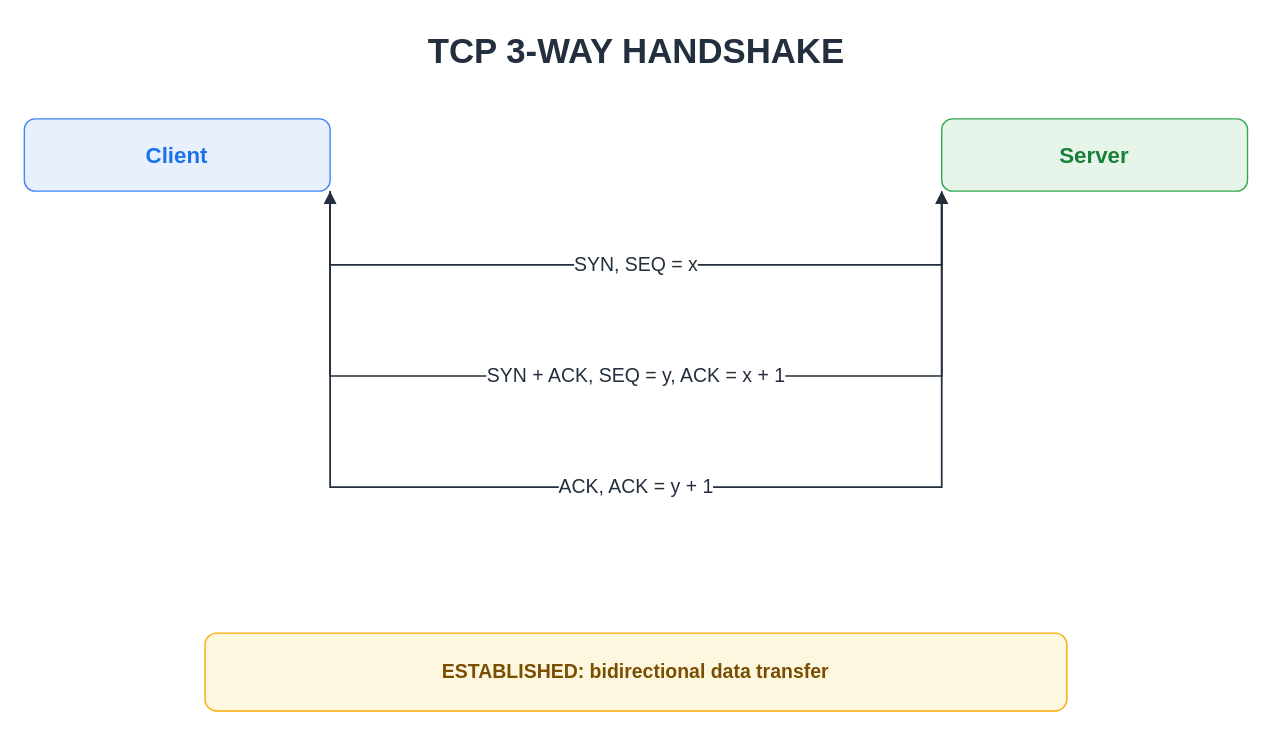
This is assets/img/network/tcp-3-way-handshake.drawio from KKamJi98/kkamji98.github.io, a draw.io file, before an edit. Source tidied: cells renumbered, new cells numbered last; positions are measured from the earlier drawing's top-left corner, leaving out a move shared by most shapes. Both pictures are drawn from the tidied source at 139%, with x=0, y=0 at pixel (24, 24).
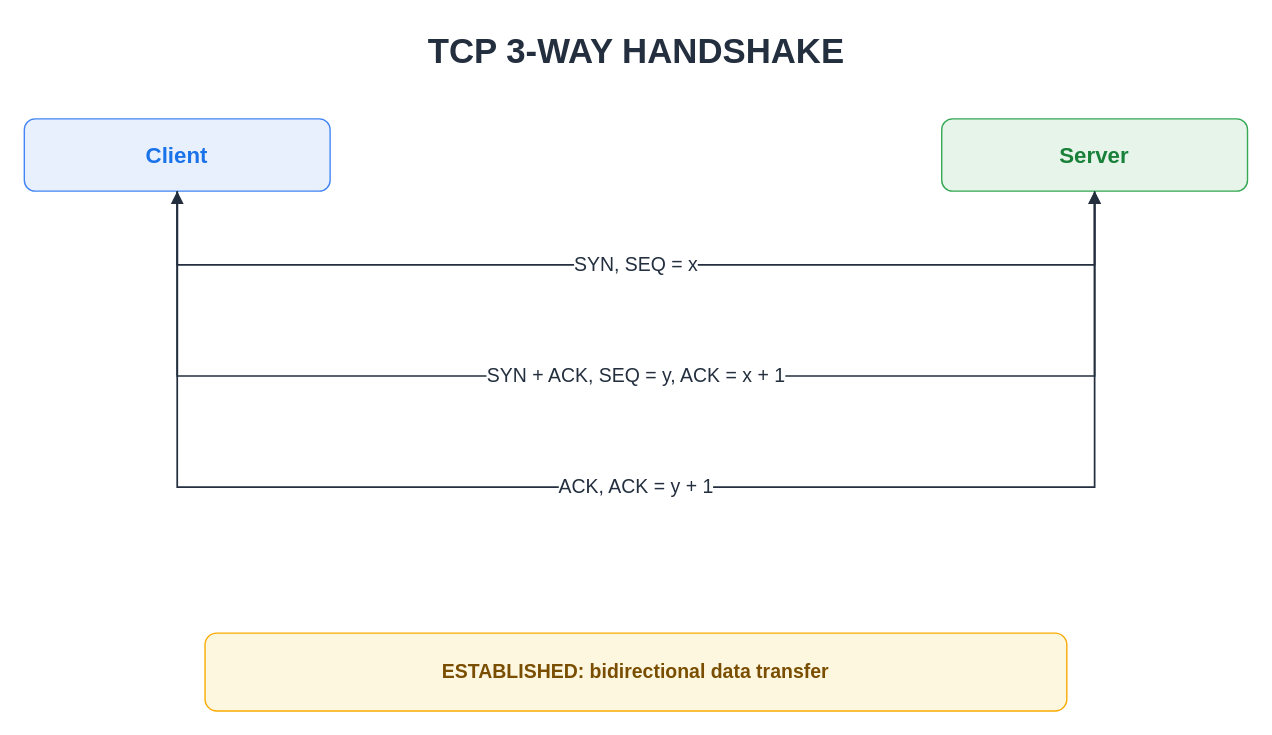
The same diagram, later.

Diff of the diagram source:
```diff
@@
 <mxGraphModel background="#FFFFFF">
   <root>
     <mxCell id="0" />
     <mxCell id="1" parent="0" />
     <mxCell id="2" value="TCP 3-WAY HANDSHAKE" style="text;html=1;strokeColor=none;fillColor=none;align=center;verticalAlign=middle;fontSize=25;fontStyle=1;fontColor=#232F3E;" parent="1" vertex="1">
       <mxGeometry x="90" width="700" height="36" as="geometry" />
     </mxCell>
     <mxCell id="3" value="Client" style="rounded=1;whiteSpace=wrap;html=1;fillColor=#E8F0FE;strokeColor=#4285F4;fontStyle=1;fontSize=16;fontColor=#1A73E8;shadow=0;" parent="1" vertex="1">
       <mxGeometry y="68" width="220" height="52" as="geometry" />
     </mxCell>
     <mxCell id="4" value="Server" style="rounded=1;whiteSpace=wrap;html=1;fillColor=#E6F4EA;strokeColor=#34A853;fontStyle=1;fontSize=16;fontColor=#188038;shadow=0;" parent="1" vertex="1">
       <mxGeometry x="660" y="68" width="220" height="52" as="geometry" />
     </mxCell>
     <mxCell id="5" style="shape=line;strokeColor=#5F6368;fontColor=#5F6368;dashed=1;dashPattern=4 4;strokeWidth=1;" parent="1" vertex="1">
       <mxGeometry x="110" y="120" height="280" as="geometry" />
     </mxCell>
     <mxCell id="6" style="shape=line;strokeColor=#5F6368;fontColor=#5F6368;dashed=1;dashPattern=4 4;strokeWidth=1;" parent="1" vertex="1">
       <mxGeometry x="770" y="120" height="280" as="geometry" />
     </mxCell>
-    <mxCell id="7" value="SYN, SEQ = x" style="edgeStyle=orthogonalEdgeStyle;rounded=0;html=1;endArrow=block;endFill=1;strokeWidth=1.25;strokeColor=#232F3E;fontColor=#232F3E;fontSize=14;labelBackgroundColor=#FFFFFF;" parent="1" edge="1" source="3" target="4">
+    <mxCell id="7" value="SYN, SEQ = x" style="edgeStyle=orthogonalEdgeStyle;rounded=0;html=1;endArrow=block;endFill=1;strokeWidth=1.25;strokeColor=#232F3E;fontColor=#232F3E;fontSize=14;labelBackgroundColor=#FFFFFF;exitX=0.5;exitY=1;entryX=0.5;entryY=1;" parent="1" edge="1" source="3" target="4">
       <mxGeometry relative="1" as="geometry">
         <Array as="points">
-          <mxPoint x="220" y="173" />
-          <mxPoint x="660" y="173" />
+          <mxPoint x="110" y="173" />
+          <mxPoint x="770" y="173" />
         </Array>
       </mxGeometry>
     </mxCell>
-    <mxCell id="8" value="SYN + ACK, SEQ = y, ACK = x + 1" style="edgeStyle=orthogonalEdgeStyle;rounded=0;html=1;endArrow=block;endFill=1;strokeWidth=1.25;strokeColor=#232F3E;fontColor=#232F3E;fontSize=14;labelBackgroundColor=#FFFFFF;" parent="1" edge="1" source="4" target="3">
+    <mxCell id="8" value="SYN + ACK, SEQ = y, ACK = x + 1" style="edgeStyle=orthogonalEdgeStyle;rounded=0;html=1;endArrow=block;endFill=1;strokeWidth=1.25;strokeColor=#232F3E;fontColor=#232F3E;fontSize=14;labelBackgroundColor=#FFFFFF;exitX=0.5;exitY=1;entryX=0.5;entryY=1;" parent="1" edge="1" source="4" target="3">
       <mxGeometry relative="1" as="geometry">
         <Array as="points">
-          <mxPoint x="660" y="253" />
-          <mxPoint x="220" y="253" />
+          <mxPoint x="770" y="253" />
+          <mxPoint x="110" y="253" />
         </Array>
       </mxGeometry>
     </mxCell>
-    <mxCell id="9" value="ACK, ACK = y + 1" style="edgeStyle=orthogonalEdgeStyle;rounded=0;html=1;endArrow=block;endFill=1;strokeWidth=1.25;strokeColor=#232F3E;fontColor=#232F3E;fontSize=14;labelBackgroundColor=#FFFFFF;" parent="1" edge="1" source="3" target="4">
+    <mxCell id="9" value="ACK, ACK = y + 1" style="edgeStyle=orthogonalEdgeStyle;rounded=0;html=1;endArrow=block;endFill=1;strokeWidth=1.25;strokeColor=#232F3E;fontColor=#232F3E;fontSize=14;labelBackgroundColor=#FFFFFF;exitX=0.5;exitY=1;entryX=0.5;entryY=1;" parent="1" edge="1" source="3" target="4">
       <mxGeometry relative="1" as="geometry">
         <Array as="points">
-          <mxPoint x="220" y="333" />
-          <mxPoint x="660" y="333" />
+          <mxPoint x="110" y="333" />
+          <mxPoint x="770" y="333" />
         </Array>
       </mxGeometry>
     </mxCell>
     <mxCell id="10" value="ESTABLISHED: bidirectional data transfer" style="rounded=1;whiteSpace=wrap;html=1;fillColor=#FEF7E0;strokeColor=#F9AB00;fontStyle=1;fontSize=14;fontColor=#7A4E00;shadow=0;" parent="1" vertex="1">
       <mxGeometry x="130" y="438" width="620" height="56" as="geometry" />
     </mxCell>
   </root>
 </mxGraphModel>
```
